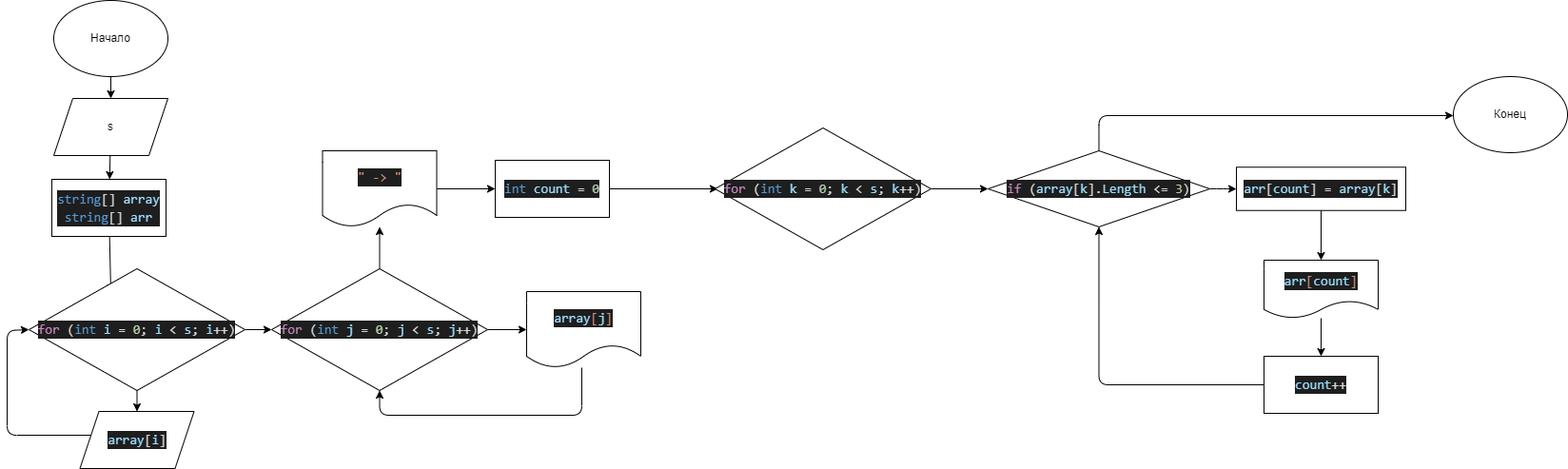
This is diagram.drawio.png from Ghost845/finalTask, a draw.io export, as it was before one commit. Source tidied: cells renumbered, new cells last; positions are measured from the earlier drawing's top-left corner, leaving out a move shared by most shapes.
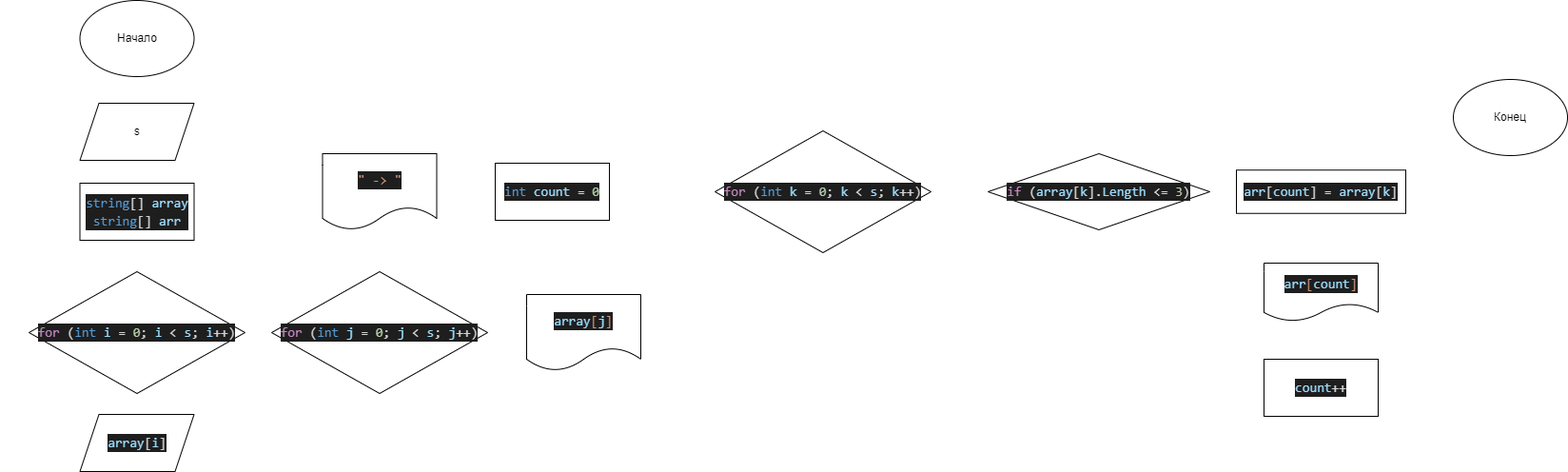
After the change.

Commit message:
diagram upd

What changed in the source:
```diff
@@ -2,36 +2,34 @@
   <root>
     <mxCell id="0" />
     <mxCell id="1" parent="0" />
-    <mxCell id="2" style="edgeStyle=none;html=1;entryX=0.5;entryY=0;entryDx=0;entryDy=0;" parent="1" edge="1" source="3" target="5">
+    <mxCell id="2" style="edgeStyle=none;html=1;entryX=0.5;entryY=0;entryDx=0;entryDy=0;strokeColor=#FFFFFF;" parent="1" edge="1" source="3" target="5">
       <mxGeometry relative="1" as="geometry" />
     </mxCell>
     <mxCell id="3" value="Начало" style="ellipse;whiteSpace=wrap;html=1;" parent="1" vertex="1">
-      <mxGeometry x="49" width="120" height="80" as="geometry" />
+      <mxGeometry x="76.5" y="-3" width="120" height="80" as="geometry" />
     </mxCell>
-    <mxCell id="4" style="edgeStyle=none;html=1;" parent="1" edge="1" source="5" target="7">
+    <mxCell id="4" style="edgeStyle=none;html=1;strokeColor=#FFFFFF;" parent="1" edge="1" source="5" target="7">
       <mxGeometry relative="1" as="geometry" />
     </mxCell>
     <mxCell id="5" value="s" style="shape=parallelogram;perimeter=parallelogramPerimeter;whiteSpace=wrap;html=1;fixedSize=1;" parent="1" vertex="1">
-      <mxGeometry x="49" y="103" width="120" height="60" as="geometry" />
+      <mxGeometry x="76.5" y="105" width="120" height="60" as="geometry" />
     </mxCell>
-    <mxCell id="6" style="edgeStyle=none;html=1;" parent="1" edge="1" source="7">
-      <mxGeometry relative="1" as="geometry">
-        <mxPoint x="109" y="307" as="targetPoint" />
-      </mxGeometry>
+    <mxCell id="6" style="edgeStyle=orthogonalEdgeStyle;html=1;strokeColor=#FFFFFF;entryX=0.5;entryY=0;entryDx=0;entryDy=0;" parent="1" edge="1" source="7" target="10">
+      <mxGeometry relative="1" as="geometry" />
     </mxCell>
     <mxCell id="7" value="&lt;div style=&quot;color: rgb(212 , 212 , 212) ; background-color: rgb(30 , 30 , 30) ; font-family: &amp;#34;consolas&amp;#34; , &amp;#34;courier new&amp;#34; , monospace ; font-size: 14px ; line-height: 19px&quot;&gt;&lt;span style=&quot;color: #569cd6&quot;&gt;string&lt;/span&gt;[] &lt;span style=&quot;color: #9cdcfe&quot;&gt;array&lt;/span&gt;&lt;/div&gt;&lt;div style=&quot;color: rgb(212 , 212 , 212) ; background-color: rgb(30 , 30 , 30) ; font-family: &amp;#34;consolas&amp;#34; , &amp;#34;courier new&amp;#34; , monospace ; font-size: 14px ; line-height: 19px&quot;&gt;&lt;div style=&quot;line-height: 19px&quot;&gt;&lt;span style=&quot;color: #569cd6&quot;&gt;string&lt;/span&gt;[] &lt;span style=&quot;color: #9cdcfe&quot;&gt;arr&lt;/span&gt;&lt;/div&gt;&lt;/div&gt;" style="whiteSpace=wrap;html=1;" parent="1" vertex="1">
-      <mxGeometry x="47" y="188" width="120" height="60" as="geometry" />
+      <mxGeometry x="76.5" y="189" width="120" height="60" as="geometry" />
     </mxCell>
-    <mxCell id="8" style="edgeStyle=none;html=1;" parent="1" edge="1" source="10" target="12">
+    <mxCell id="8" style="edgeStyle=none;html=1;strokeColor=#FFFFFF;" parent="1" edge="1" source="10" target="12">
       <mxGeometry relative="1" as="geometry" />
     </mxCell>
-    <mxCell id="9" style="edgeStyle=orthogonalEdgeStyle;html=1;entryX=0;entryY=0.5;entryDx=0;entryDy=0;" parent="1" edge="1" source="10" target="15">
+    <mxCell id="9" style="edgeStyle=orthogonalEdgeStyle;html=1;entryX=0;entryY=0.5;entryDx=0;entryDy=0;strokeColor=#FFFFFF;" parent="1" edge="1" source="10" target="15">
       <mxGeometry relative="1" as="geometry" />
     </mxCell>
     <mxCell id="10" value="&lt;div style=&quot;color: rgb(212 , 212 , 212) ; background-color: rgb(30 , 30 , 30) ; font-family: &amp;#34;consolas&amp;#34; , &amp;#34;courier new&amp;#34; , monospace ; font-size: 14px ; line-height: 19px&quot;&gt;&lt;span style=&quot;color: #c586c0&quot;&gt;for&lt;/span&gt; (&lt;span style=&quot;color: #569cd6&quot;&gt;int&lt;/span&gt; &lt;span style=&quot;color: #9cdcfe&quot;&gt;i&lt;/span&gt; = &lt;span style=&quot;color: #b5cea8&quot;&gt;0&lt;/span&gt;; &lt;span style=&quot;color: #9cdcfe&quot;&gt;i&lt;/span&gt; &amp;lt; &lt;span style=&quot;color: #9cdcfe&quot;&gt;s&lt;/span&gt;; &lt;span style=&quot;color: #9cdcfe&quot;&gt;i&lt;/span&gt;++)&lt;/div&gt;" style="rhombus;whiteSpace=wrap;html=1;" parent="1" vertex="1">
       <mxGeometry x="23" y="282" width="227" height="128" as="geometry" />
     </mxCell>
-    <mxCell id="11" style="edgeStyle=orthogonalEdgeStyle;html=1;entryX=0;entryY=0.5;entryDx=0;entryDy=0;" parent="1" edge="1" source="12" target="10">
+    <mxCell id="11" style="edgeStyle=orthogonalEdgeStyle;html=1;entryX=0;entryY=0.5;entryDx=0;entryDy=0;strokeColor=#FFFFFF;" parent="1" edge="1" source="12" target="10">
       <mxGeometry relative="1" as="geometry">
         <Array as="points">
           <mxPoint y="457" />
@@ -42,16 +40,16 @@
     <mxCell id="12" value="&lt;div style=&quot;color: rgb(212 , 212 , 212) ; background-color: rgb(30 , 30 , 30) ; font-family: &amp;#34;consolas&amp;#34; , &amp;#34;courier new&amp;#34; , monospace ; font-size: 14px ; line-height: 19px&quot;&gt;&lt;span style=&quot;color: #9cdcfe&quot;&gt;array&lt;/span&gt;[&lt;span style=&quot;color: #9cdcfe&quot;&gt;i&lt;/span&gt;]&lt;/div&gt;" style="shape=parallelogram;perimeter=parallelogramPerimeter;whiteSpace=wrap;html=1;fixedSize=1;" parent="1" vertex="1">
       <mxGeometry x="76.5" y="432" width="120" height="60" as="geometry" />
     </mxCell>
-    <mxCell id="13" style="edgeStyle=orthogonalEdgeStyle;html=1;" parent="1" edge="1" source="15" target="17">
+    <mxCell id="13" style="edgeStyle=orthogonalEdgeStyle;html=1;strokeColor=#FFFFFF;" parent="1" edge="1" source="15" target="17">
       <mxGeometry relative="1" as="geometry" />
     </mxCell>
-    <mxCell id="14" style="edgeStyle=orthogonalEdgeStyle;html=1;" parent="1" edge="1" source="15" target="19">
+    <mxCell id="14" style="edgeStyle=orthogonalEdgeStyle;html=1;strokeColor=#FFFFFF;" parent="1" edge="1" source="15" target="19">
       <mxGeometry relative="1" as="geometry" />
     </mxCell>
     <mxCell id="15" value="&lt;div style=&quot;color: rgb(212 , 212 , 212) ; background-color: rgb(30 , 30 , 30) ; font-family: &amp;#34;consolas&amp;#34; , &amp;#34;courier new&amp;#34; , monospace ; font-size: 14px ; line-height: 19px&quot;&gt;&lt;div style=&quot;font-family: &amp;#34;consolas&amp;#34; , &amp;#34;courier new&amp;#34; , monospace ; line-height: 19px&quot;&gt;&lt;span style=&quot;color: #c586c0&quot;&gt;for&lt;/span&gt; (&lt;span style=&quot;color: #569cd6&quot;&gt;int&lt;/span&gt; &lt;span style=&quot;color: #9cdcfe&quot;&gt;j&lt;/span&gt; = &lt;span style=&quot;color: #b5cea8&quot;&gt;0&lt;/span&gt;; &lt;span style=&quot;color: #9cdcfe&quot;&gt;j&lt;/span&gt; &amp;lt; &lt;span style=&quot;color: #9cdcfe&quot;&gt;s&lt;/span&gt;; &lt;span style=&quot;color: #9cdcfe&quot;&gt;j&lt;/span&gt;++)&lt;/div&gt;&lt;/div&gt;" style="rhombus;whiteSpace=wrap;html=1;" parent="1" vertex="1">
       <mxGeometry x="278" y="282" width="227" height="128" as="geometry" />
     </mxCell>
-    <mxCell id="16" style="edgeStyle=orthogonalEdgeStyle;html=1;entryX=0.5;entryY=1;entryDx=0;entryDy=0;" parent="1" edge="1" source="17" target="15">
+    <mxCell id="16" style="edgeStyle=orthogonalEdgeStyle;html=1;entryX=0.5;entryY=1;entryDx=0;entryDy=0;strokeColor=#FFFFFF;" parent="1" edge="1" source="17" target="15">
       <mxGeometry relative="1" as="geometry">
         <Array as="points">
           <mxPoint x="604" y="436" />
@@ -62,13 +60,13 @@
     <mxCell id="17" value="&lt;div style=&quot;color: rgb(212 , 212 , 212) ; background-color: rgb(30 , 30 , 30) ; font-family: &amp;#34;consolas&amp;#34; , &amp;#34;courier new&amp;#34; , monospace ; font-size: 14px ; line-height: 19px&quot;&gt;&lt;span style=&quot;color: #9cdcfe&quot;&gt;array&lt;/span&gt;&lt;span style=&quot;color: #ce9178&quot;&gt;[&lt;/span&gt;&lt;span style=&quot;color: #9cdcfe&quot;&gt;j&lt;/span&gt;&lt;span style=&quot;color: #ce9178&quot;&gt;]&lt;/span&gt;&lt;/div&gt;" style="shape=document;whiteSpace=wrap;html=1;boundedLbl=1;" parent="1" vertex="1">
       <mxGeometry x="546" y="306" width="120" height="80" as="geometry" />
     </mxCell>
-    <mxCell id="18" style="edgeStyle=orthogonalEdgeStyle;html=1;" parent="1" edge="1" source="19" target="21">
+    <mxCell id="18" style="edgeStyle=orthogonalEdgeStyle;html=1;strokeColor=#FFFFFF;" parent="1" edge="1" source="19" target="21">
       <mxGeometry relative="1" as="geometry" />
     </mxCell>
     <mxCell id="19" value="&lt;div style=&quot;color: rgb(212 , 212 , 212) ; background-color: rgb(30 , 30 , 30) ; font-family: &amp;#34;consolas&amp;#34; , &amp;#34;courier new&amp;#34; , monospace ; font-size: 14px ; line-height: 19px&quot;&gt;&lt;span style=&quot;color: #ce9178&quot;&gt;&quot; -&amp;gt; &quot;&lt;/span&gt;&lt;/div&gt;" style="shape=document;whiteSpace=wrap;html=1;boundedLbl=1;" parent="1" vertex="1">
       <mxGeometry x="331.5" y="158" width="120" height="80" as="geometry" />
     </mxCell>
-    <mxCell id="20" style="edgeStyle=orthogonalEdgeStyle;html=1;" parent="1" edge="1" source="21">
+    <mxCell id="20" style="edgeStyle=orthogonalEdgeStyle;html=1;strokeColor=#FFFFFF;" parent="1" edge="1" source="21">
       <mxGeometry relative="1" as="geometry">
         <mxPoint x="747" y="198" as="targetPoint" />
       </mxGeometry>
@@ -76,16 +74,16 @@
     <mxCell id="21" value="&lt;div style=&quot;color: rgb(212 , 212 , 212) ; background-color: rgb(30 , 30 , 30) ; font-family: &amp;#34;consolas&amp;#34; , &amp;#34;courier new&amp;#34; , monospace ; font-size: 14px ; line-height: 19px&quot;&gt;&lt;span style=&quot;color: #569cd6&quot;&gt;int&lt;/span&gt; &lt;span style=&quot;color: #9cdcfe&quot;&gt;count&lt;/span&gt; = &lt;span style=&quot;color: #b5cea8&quot;&gt;0&lt;/span&gt;&lt;/div&gt;" style="rounded=0;whiteSpace=wrap;html=1;" parent="1" vertex="1">
       <mxGeometry x="513" y="168" width="120" height="60" as="geometry" />
     </mxCell>
-    <mxCell id="22" style="edgeStyle=orthogonalEdgeStyle;html=1;" parent="1" edge="1" source="23" target="26">
+    <mxCell id="22" style="edgeStyle=orthogonalEdgeStyle;html=1;strokeColor=#FFFFFF;" parent="1" edge="1" source="23" target="26">
       <mxGeometry relative="1" as="geometry" />
     </mxCell>
     <mxCell id="23" value="&lt;div style=&quot;color: rgb(212 , 212 , 212) ; background-color: rgb(30 , 30 , 30) ; font-family: &amp;#34;consolas&amp;#34; , &amp;#34;courier new&amp;#34; , monospace ; font-size: 14px ; line-height: 19px&quot;&gt;&lt;div style=&quot;font-family: &amp;#34;consolas&amp;#34; , &amp;#34;courier new&amp;#34; , monospace ; line-height: 19px&quot;&gt;&lt;div style=&quot;font-family: &amp;#34;consolas&amp;#34; , &amp;#34;courier new&amp;#34; , monospace ; line-height: 19px&quot;&gt;&lt;span style=&quot;color: #c586c0&quot;&gt;for&lt;/span&gt; (&lt;span style=&quot;color: #569cd6&quot;&gt;int&lt;/span&gt; &lt;span style=&quot;color: #9cdcfe&quot;&gt;k&lt;/span&gt; = &lt;span style=&quot;color: #b5cea8&quot;&gt;0&lt;/span&gt;; &lt;span style=&quot;color: #9cdcfe&quot;&gt;k&lt;/span&gt; &amp;lt; &lt;span style=&quot;color: #9cdcfe&quot;&gt;s&lt;/span&gt;; &lt;span style=&quot;color: #9cdcfe&quot;&gt;k&lt;/span&gt;++)&lt;/div&gt;&lt;/div&gt;&lt;/div&gt;" style="rhombus;whiteSpace=wrap;html=1;" parent="1" vertex="1">
       <mxGeometry x="744" y="134" width="227" height="128" as="geometry" />
     </mxCell>
-    <mxCell id="24" style="edgeStyle=orthogonalEdgeStyle;html=1;" parent="1" edge="1" source="26" target="28">
+    <mxCell id="24" style="edgeStyle=orthogonalEdgeStyle;html=1;strokeColor=#FFFFFF;" parent="1" edge="1" source="26" target="28">
       <mxGeometry relative="1" as="geometry" />
     </mxCell>
-    <mxCell id="25" style="edgeStyle=orthogonalEdgeStyle;html=1;" parent="1" edge="1" source="26" target="33">
+    <mxCell id="25" style="edgeStyle=orthogonalEdgeStyle;html=1;strokeColor=#FFFFFF;" parent="1" edge="1" source="26" target="33">
       <mxGeometry relative="1" as="geometry">
         <Array as="points">
           <mxPoint x="1148" y="121" />
@@ -96,19 +94,19 @@
     <mxCell id="26" value="&lt;div style=&quot;color: rgb(212 , 212 , 212) ; background-color: rgb(30 , 30 , 30) ; font-family: &amp;#34;consolas&amp;#34; , &amp;#34;courier new&amp;#34; , monospace ; font-size: 14px ; line-height: 19px&quot;&gt;&lt;span style=&quot;color: #c586c0&quot;&gt;if&lt;/span&gt; (&lt;span style=&quot;color: #9cdcfe&quot;&gt;array&lt;/span&gt;[&lt;span style=&quot;color: #9cdcfe&quot;&gt;k&lt;/span&gt;].&lt;span style=&quot;color: #9cdcfe&quot;&gt;Length&lt;/span&gt; &amp;lt;= &lt;span style=&quot;color: #b5cea8&quot;&gt;3&lt;/span&gt;)&lt;/div&gt;" style="rhombus;whiteSpace=wrap;html=1;" parent="1" vertex="1">
       <mxGeometry x="1031" y="158" width="233" height="80" as="geometry" />
     </mxCell>
-    <mxCell id="27" style="edgeStyle=orthogonalEdgeStyle;html=1;" parent="1" edge="1" source="28" target="30">
+    <mxCell id="27" style="edgeStyle=orthogonalEdgeStyle;html=1;strokeColor=#FFFFFF;" parent="1" edge="1" source="28" target="30">
       <mxGeometry relative="1" as="geometry" />
     </mxCell>
     <mxCell id="28" value="&lt;div style=&quot;color: rgb(212 , 212 , 212) ; background-color: rgb(30 , 30 , 30) ; font-family: &amp;#34;consolas&amp;#34; , &amp;#34;courier new&amp;#34; , monospace ; font-size: 14px ; line-height: 19px&quot;&gt;&lt;span style=&quot;color: #9cdcfe&quot;&gt;arr&lt;/span&gt;[&lt;span style=&quot;color: #9cdcfe&quot;&gt;count&lt;/span&gt;] = &lt;span style=&quot;color: #9cdcfe&quot;&gt;array&lt;/span&gt;[&lt;span style=&quot;color: #9cdcfe&quot;&gt;k&lt;/span&gt;]&lt;/div&gt;" style="whiteSpace=wrap;html=1;" parent="1" vertex="1">
       <mxGeometry x="1292" y="175.2" width="178" height="45.5" as="geometry" />
     </mxCell>
-    <mxCell id="29" style="edgeStyle=orthogonalEdgeStyle;html=1;" parent="1" edge="1" source="30" target="32">
+    <mxCell id="29" style="edgeStyle=orthogonalEdgeStyle;html=1;strokeColor=#FFFFFF;" parent="1" edge="1" source="30" target="32">
       <mxGeometry relative="1" as="geometry" />
     </mxCell>
     <mxCell id="30" value="&lt;div style=&quot;color: rgb(212 , 212 , 212) ; background-color: rgb(30 , 30 , 30) ; font-family: &amp;#34;consolas&amp;#34; , &amp;#34;courier new&amp;#34; , monospace ; font-size: 14px ; line-height: 19px&quot;&gt;&lt;span style=&quot;color: #9cdcfe&quot;&gt;arr&lt;/span&gt;&lt;span style=&quot;color: #ce9178&quot;&gt;[&lt;/span&gt;&lt;span style=&quot;color: #9cdcfe&quot;&gt;count&lt;/span&gt;&lt;span style=&quot;color: #ce9178&quot;&gt;]&lt;/span&gt;&lt;/div&gt;" style="shape=document;whiteSpace=wrap;html=1;boundedLbl=1;" parent="1" vertex="1">
       <mxGeometry x="1321" y="273" width="120" height="61" as="geometry" />
     </mxCell>
-    <mxCell id="31" style="edgeStyle=orthogonalEdgeStyle;html=1;entryX=0.5;entryY=1;entryDx=0;entryDy=0;" parent="1" edge="1" source="32" target="26">
+    <mxCell id="31" style="edgeStyle=orthogonalEdgeStyle;html=1;entryX=0.5;entryY=1;entryDx=0;entryDy=0;strokeColor=#FFFFFF;" parent="1" edge="1" source="32" target="26">
       <mxGeometry relative="1" as="geometry" />
     </mxCell>
     <mxCell id="32" value="&lt;div style=&quot;color: rgb(212 , 212 , 212) ; background-color: rgb(30 , 30 , 30) ; font-family: &amp;#34;consolas&amp;#34; , &amp;#34;courier new&amp;#34; , monospace ; font-size: 14px ; line-height: 19px&quot;&gt;&lt;span style=&quot;color: #9cdcfe&quot;&gt;count&lt;/span&gt;++&lt;/div&gt;" style="whiteSpace=wrap;html=1;" parent="1" vertex="1">
```
